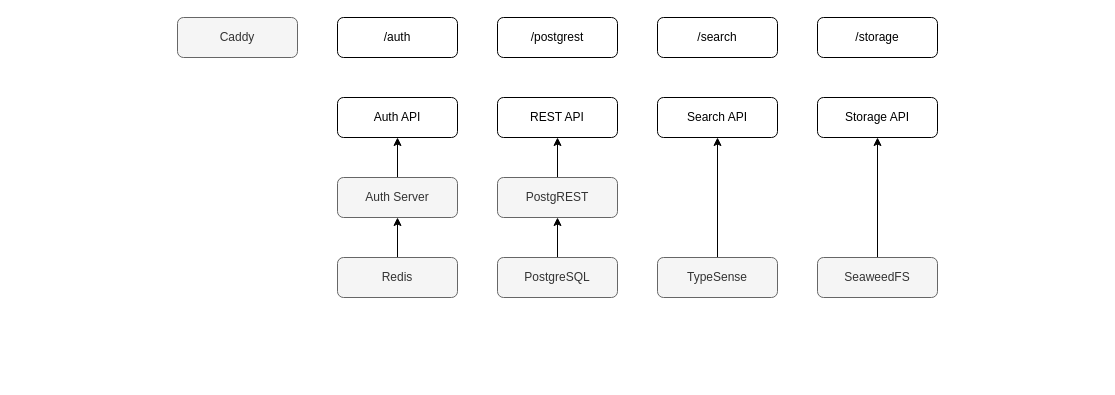
crestfall-sh/drafts keeps this draw.io diagram as crestfall.drawio. Above is the earlier version. Source tidied: cells renumbered, new cells numbered last; positions are measured from the earlier drawing's top-left corner, leaving out a move shared by most shapes. Both pictures are drawn from the tidied source at 100%, with x=0, y=0 at pixel (177, 17).
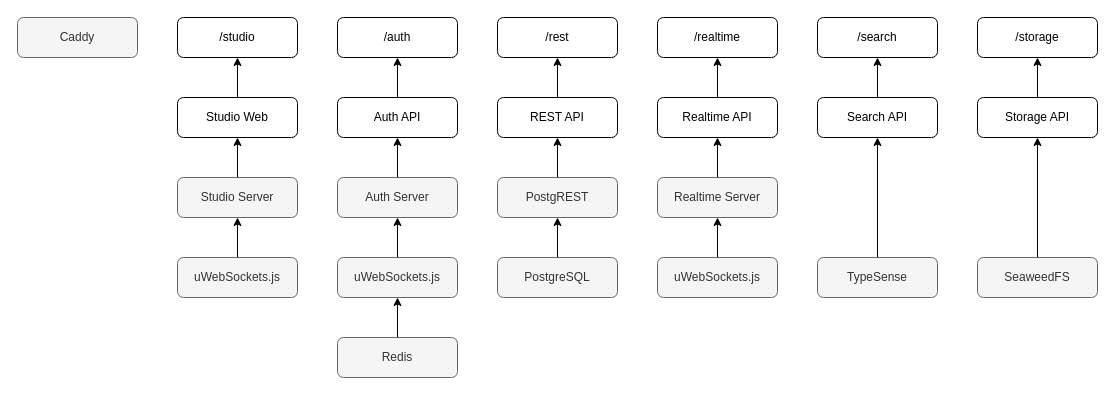
After the change.

Unchanged cells that the change refers to:
```xml
<mxCell id="11" value="REST API" style="rounded=1;whiteSpace=wrap;html=1;" parent="1" vertex="1">
  <mxGeometry x="320" y="80" width="120" height="40" as="geometry" />
</mxCell>
<mxCell id="17" value="Auth API" style="rounded=1;whiteSpace=wrap;html=1;" parent="1" vertex="1">
  <mxGeometry x="160" y="80" width="120" height="40" as="geometry" />
</mxCell>
<mxCell id="19" value="/auth" style="rounded=1;whiteSpace=wrap;html=1;" parent="1" vertex="1">
  <mxGeometry x="160" width="120" height="40" as="geometry" />
</mxCell>
```

The edit, as a diff of the source:
```diff
@@
     <mxCell id="5" value="TypeSense" style="rounded=1;whiteSpace=wrap;html=1;fillColor=#f5f5f5;fontColor=#333333;strokeColor=#666666;" parent="1" vertex="1">
-      <mxGeometry x="480" y="240" width="120" height="40" as="geometry" />
+      <mxGeometry x="640" y="240" width="120" height="40" as="geometry" />
     </mxCell>
@@
     <mxCell id="7" value="Redis" style="rounded=1;whiteSpace=wrap;html=1;fillColor=#f5f5f5;fontColor=#333333;strokeColor=#666666;" parent="1" vertex="1">
-      <mxGeometry x="160" y="240" width="120" height="40" as="geometry" />
+      <mxGeometry x="160" y="320" width="120" height="40" as="geometry" />
     </mxCell>
+    <mxCell id="23" style="edgeStyle=orthogonalEdgeStyle;rounded=0;jettySize=auto;html=1;exitX=0.5;exitY=0;exitDx=0;exitDy=0;entryX=0.5;entryY=1;entryDx=0;entryDy=0;" parent="1" edge="1" source="8" target="21">
+      <mxGeometry relative="1" as="geometry" />
+    </mxCell>
     <mxCell id="8" value="Search API" style="rounded=1;whiteSpace=wrap;html=1;" parent="1" vertex="1">
-      <mxGeometry x="480" y="80" width="120" height="40" as="geometry" />
+      <mxGeometry x="640" y="80" width="120" height="40" as="geometry" />
     </mxCell>
@@
+    <mxCell id="24" style="edgeStyle=orthogonalEdgeStyle;rounded=0;jettySize=auto;html=1;exitX=0.5;exitY=0;exitDx=0;exitDy=0;entryX=0.5;entryY=1;entryDx=0;entryDy=0;" parent="1" edge="1" source="11" target="20">
+      <mxGeometry relative="1" as="geometry" />
+    </mxCell>
@@
     <mxCell id="13" value="SeaweedFS" style="rounded=1;whiteSpace=wrap;html=1;fillColor=#f5f5f5;fontColor=#333333;strokeColor=#666666;" parent="1" vertex="1">
-      <mxGeometry x="640" y="240" width="120" height="40" as="geometry" />
+      <mxGeometry x="800" y="240" width="120" height="40" as="geometry" />
     </mxCell>
+    <mxCell id="25" style="edgeStyle=orthogonalEdgeStyle;rounded=0;jettySize=auto;html=1;exitX=0.5;exitY=0;exitDx=0;exitDy=0;entryX=0.5;entryY=1;entryDx=0;entryDy=0;" parent="1" edge="1" source="14" target="22">
+      <mxGeometry relative="1" as="geometry" />
+    </mxCell>
     <mxCell id="14" value="Storage API" style="rounded=1;whiteSpace=wrap;html=1;" parent="1" vertex="1">
-      <mxGeometry x="640" y="80" width="120" height="40" as="geometry" />
+      <mxGeometry x="800" y="80" width="120" height="40" as="geometry" />
     </mxCell>
-    <mxCell id="15" style="edgeStyle=orthogonalEdgeStyle;rounded=0;jettySize=auto;html=1;exitX=0.5;exitY=0;exitDx=0;exitDy=0;entryX=0.5;entryY=1;entryDx=0;entryDy=0;" parent="1" edge="1" source="16" target="17">
-      <mxGeometry relative="1" as="geometry" />
-    </mxCell>
+    <mxCell id="26" style="edgeStyle=orthogonalEdgeStyle;rounded=0;jettySize=auto;html=1;exitX=0.5;exitY=0;exitDx=0;exitDy=0;entryX=0.5;entryY=1;entryDx=0;entryDy=0;" parent="1" edge="1" source="16" target="34">
+      <mxGeometry relative="1" as="geometry" />
+    </mxCell>
-    <mxCell id="16" value="Auth Server" style="rounded=1;whiteSpace=wrap;html=1;fillColor=#f5f5f5;fontColor=#333333;strokeColor=#666666;" parent="1" vertex="1">
-      <mxGeometry x="160" y="160" width="120" height="40" as="geometry" />
+    <mxCell id="16" value="uWebSockets.js" style="rounded=1;whiteSpace=wrap;html=1;fillColor=#f5f5f5;fontColor=#333333;strokeColor=#666666;" parent="1" vertex="1">
+      <mxGeometry x="160" y="240" width="120" height="40" as="geometry" />
     </mxCell>
+    <mxCell id="27" style="edgeStyle=orthogonalEdgeStyle;rounded=0;jettySize=auto;html=1;exitX=0.5;exitY=0;exitDx=0;exitDy=0;entryX=0.5;entryY=1;entryDx=0;entryDy=0;" parent="1" edge="1" source="17" target="19">
+      <mxGeometry relative="1" as="geometry" />
+    </mxCell>
@@
     <mxCell id="18" value="Caddy" style="rounded=1;whiteSpace=wrap;html=1;fillColor=#f5f5f5;fontColor=#333333;strokeColor=#666666;" parent="1" vertex="1">
-      <mxGeometry width="120" height="40" as="geometry" />
+      <mxGeometry x="-160" width="120" height="40" as="geometry" />
     </mxCell>
@@
-    <mxCell id="20" value="/postgrest" style="rounded=1;whiteSpace=wrap;html=1;" parent="1" vertex="1">
+    <mxCell id="20" value="/rest" style="rounded=1;whiteSpace=wrap;html=1;" parent="1" vertex="1">
       <mxGeometry x="320" width="120" height="40" as="geometry" />
     </mxCell>
     <mxCell id="21" value="/search" style="rounded=1;whiteSpace=wrap;html=1;" parent="1" vertex="1">
-      <mxGeometry x="480" width="120" height="40" as="geometry" />
+      <mxGeometry x="640" width="120" height="40" as="geometry" />
     </mxCell>
     <mxCell id="22" value="/storage" style="rounded=1;whiteSpace=wrap;html=1;" parent="1" vertex="1">
-      <mxGeometry x="640" width="120" height="40" as="geometry" />
+      <mxGeometry x="800" width="120" height="40" as="geometry" />
     </mxCell>
+    <mxCell id="28" style="edgeStyle=orthogonalEdgeStyle;rounded=0;jettySize=auto;html=1;exitX=0.5;exitY=0;exitDx=0;exitDy=0;entryX=0.5;entryY=1;entryDx=0;entryDy=0;" parent="1" edge="1" source="29" target="36">
+      <mxGeometry relative="1" as="geometry" />
+    </mxCell>
+    <mxCell id="29" value="uWebSockets.js" style="rounded=1;whiteSpace=wrap;html=1;fillColor=#f5f5f5;fontColor=#333333;strokeColor=#666666;" parent="1" vertex="1">
+      <mxGeometry x="480" y="240" width="120" height="40" as="geometry" />
+    </mxCell>
+    <mxCell id="30" style="edgeStyle=orthogonalEdgeStyle;rounded=0;jettySize=auto;html=1;exitX=0.5;exitY=0;exitDx=0;exitDy=0;entryX=0.5;entryY=1;entryDx=0;entryDy=0;" parent="1" edge="1" source="31" target="32">
+      <mxGeometry relative="1" as="geometry" />
+    </mxCell>
+    <mxCell id="31" value="&lt;div&gt;Realtime API&lt;/div&gt;" style="rounded=1;whiteSpace=wrap;html=1;" parent="1" vertex="1">
+      <mxGeometry x="480" y="80" width="120" height="40" as="geometry" />
+    </mxCell>
+    <mxCell id="32" value="/realtime" style="rounded=1;whiteSpace=wrap;html=1;" parent="1" vertex="1">
+      <mxGeometry x="480" width="120" height="40" as="geometry" />
+    </mxCell>
+    <mxCell id="33" style="edgeStyle=orthogonalEdgeStyle;rounded=0;jettySize=auto;html=1;exitX=0.5;exitY=0;exitDx=0;exitDy=0;entryX=0.5;entryY=1;entryDx=0;entryDy=0;" parent="1" edge="1" source="34" target="17">
+      <mxGeometry relative="1" as="geometry" />
+    </mxCell>
+    <mxCell id="34" value="Auth Server" style="rounded=1;whiteSpace=wrap;html=1;fillColor=#f5f5f5;fontColor=#333333;strokeColor=#666666;" parent="1" vertex="1">
+      <mxGeometry x="160" y="160" width="120" height="40" as="geometry" />
+    </mxCell>
+    <mxCell id="35" style="edgeStyle=orthogonalEdgeStyle;rounded=0;jettySize=auto;html=1;exitX=0.5;exitY=0;exitDx=0;exitDy=0;entryX=0.5;entryY=1;entryDx=0;entryDy=0;" parent="1" edge="1" source="36" target="31">
+      <mxGeometry relative="1" as="geometry" />
+    </mxCell>
+    <mxCell id="36" value="Realtime Server" style="rounded=1;whiteSpace=wrap;html=1;fillColor=#f5f5f5;fontColor=#333333;strokeColor=#666666;" parent="1" vertex="1">
+      <mxGeometry x="480" y="160" width="120" height="40" as="geometry" />
+    </mxCell>
+    <mxCell id="37" style="edgeStyle=orthogonalEdgeStyle;rounded=0;jettySize=auto;html=1;exitX=0.5;exitY=0;exitDx=0;exitDy=0;entryX=0.5;entryY=1;entryDx=0;entryDy=0;" parent="1" edge="1" source="38" target="40">
+      <mxGeometry relative="1" as="geometry" />
+    </mxCell>
+    <mxCell id="38" value="uWebSockets.js" style="rounded=1;whiteSpace=wrap;html=1;fillColor=#f5f5f5;fontColor=#333333;strokeColor=#666666;" parent="1" vertex="1">
+      <mxGeometry y="240" width="120" height="40" as="geometry" />
+    </mxCell>
+    <mxCell id="39" style="edgeStyle=orthogonalEdgeStyle;rounded=0;jettySize=auto;html=1;exitX=0.5;exitY=0;exitDx=0;exitDy=0;entryX=0.5;entryY=1;entryDx=0;entryDy=0;" parent="1" edge="1" source="40" target="42">
+      <mxGeometry relative="1" as="geometry" />
+    </mxCell>
+    <mxCell id="40" value="Studio Server" style="rounded=1;whiteSpace=wrap;html=1;fillColor=#f5f5f5;fontColor=#333333;strokeColor=#666666;" parent="1" vertex="1">
+      <mxGeometry y="160" width="120" height="40" as="geometry" />
+    </mxCell>
+    <mxCell id="41" style="edgeStyle=orthogonalEdgeStyle;rounded=0;jettySize=auto;html=1;exitX=0.5;exitY=0;exitDx=0;exitDy=0;entryX=0.5;entryY=1;entryDx=0;entryDy=0;" parent="1" edge="1" source="42" target="43">
+      <mxGeometry relative="1" as="geometry" />
+    </mxCell>
+    <mxCell id="42" value="Studio Web" style="rounded=1;whiteSpace=wrap;html=1;" parent="1" vertex="1">
+      <mxGeometry y="80" width="120" height="40" as="geometry" />
+    </mxCell>
+    <mxCell id="43" value="/studio" style="rounded=1;whiteSpace=wrap;html=1;" parent="1" vertex="1">
+      <mxGeometry width="120" height="40" as="geometry" />
+    </mxCell>
```
